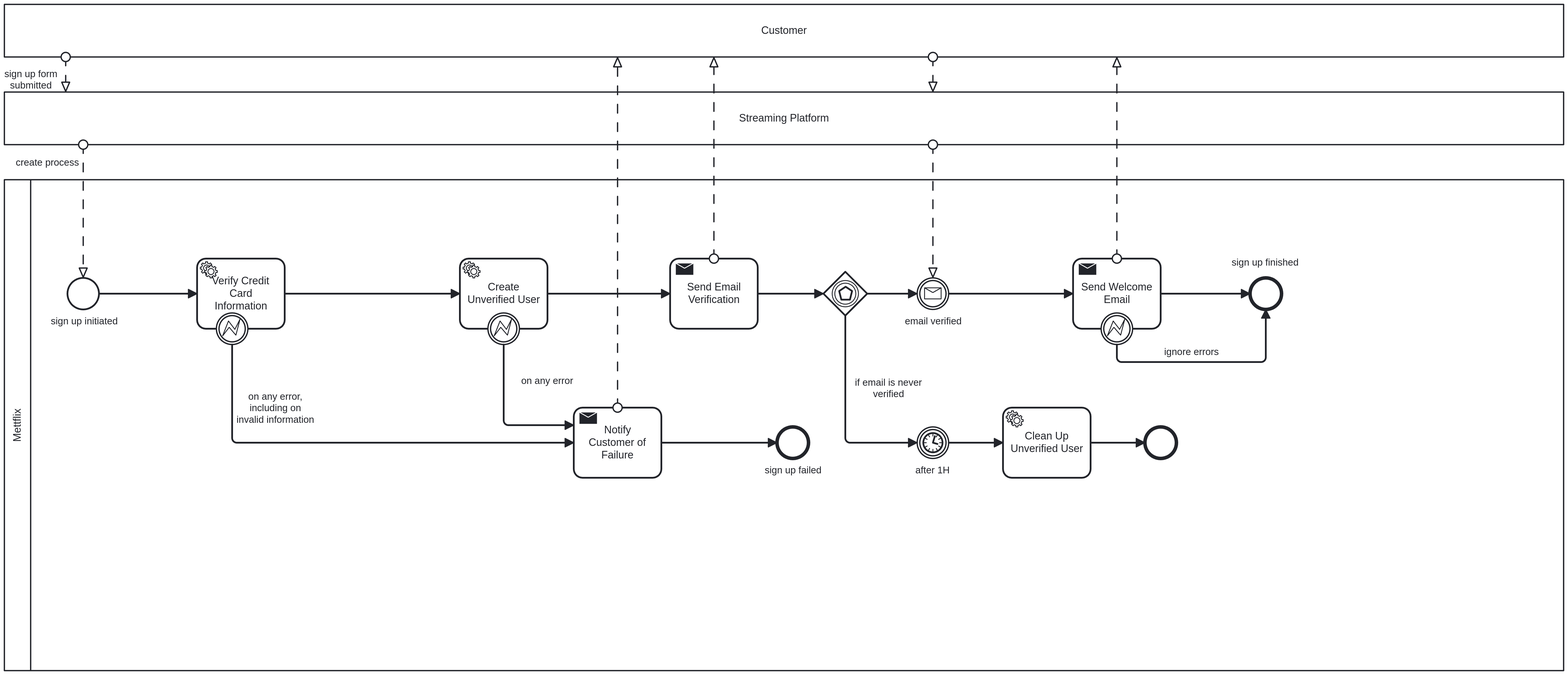
Above: demo/sign-up-process.png in Sijoma/camunda-autoscaling (BPMN), before the change. Its source is kept beside it as demo/sign-up-process.bpmn. Ids are renumbered.
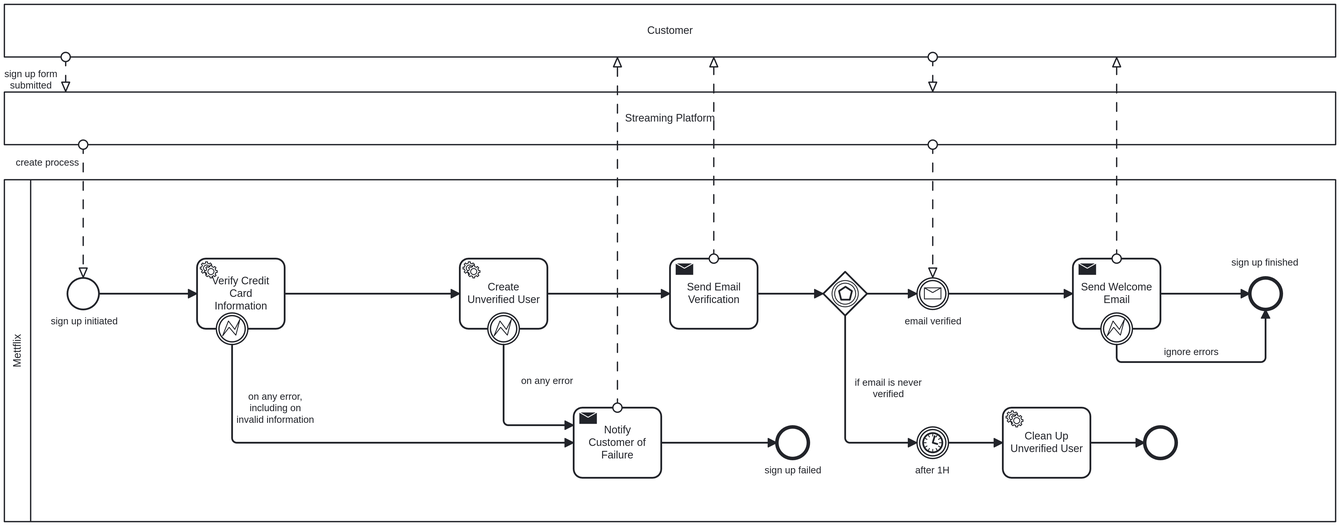
After the commit.

Commit message:
docs: clean up process image

Change to the diagram source:
```diff
@@ -130,7 +130,7 @@
   <bpmndi:BPMNDiagram id="BPMNDiagram_1">
     <bpmndi:BPMNPlane id="BPMNPlane_1" bpmnElement="Collaboration_n2">
       <bpmndi:BPMNShape id="Participant_n3_di" bpmnElement="Participant_n3" isHorizontal="true">
-        <dc:Bounds x="160" y="280" width="1780" height="560" />
+        <dc:Bounds x="160" y="280" width="1520" height="390" />
         <bpmndi:BPMNLabel />
       </bpmndi:BPMNShape>
       <bpmndi:BPMNShape id="Event_n9_di" bpmnElement="Event_n9">
@@ -271,11 +271,11 @@
         <di:waypoint x="1462" y="580" />
       </bpmndi:BPMNEdge>
       <bpmndi:BPMNShape id="Participant_19gmbpu_di" bpmnElement="Participant_n5" isHorizontal="true">
-        <dc:Bounds x="160" y="80" width="1780" height="60" />
+        <dc:Bounds x="160" y="80" width="1520" height="60" />
         <bpmndi:BPMNLabel />
       </bpmndi:BPMNShape>
       <bpmndi:BPMNShape id="BPMNShape_n52" bpmnElement="Participant_n6" isHorizontal="true">
-        <dc:Bounds x="160" y="180" width="1780" height="60" />
+        <dc:Bounds x="160" y="180" width="1520" height="60" />
         <bpmndi:BPMNLabel />
       </bpmndi:BPMNShape>
       <bpmndi:BPMNEdge id="Flow_n7_di" bpmnElement="Flow_n7">
```
